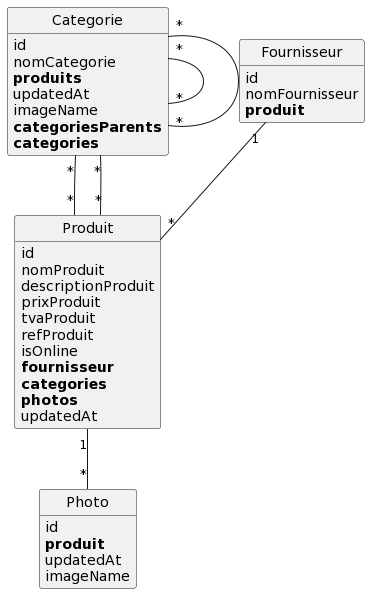
Above: Echoppe/puml/index.png in RayGriffon/Echoppe-fil-rouge- (PlantUML), before the change. Source of this version:
```plantuml
@startuml
class Categorie {
	id
	nomCategorie
	**produits**
	updatedAt
	imageName
	**categoriesParents**
	**categories**
}

class Fournisseur {
	id
	nomFournisseur
	**produit**
}

class Photo {
	id
	**produit**
	updatedAt
	imageName
}

class Produit {
	id
	nomProduit
	descriptionProduit
	prixProduit
	tvaProduit
	refProduit
	isOnline
	**fournisseur**
	**categories**
	**photos**
	updatedAt
}

Categorie "*"--"*" Produit
Categorie "*"--"*" Categorie
Categorie "*"--"*" Categorie
Fournisseur "1"--"*" Produit
Produit "*"--"*" Categorie
Produit "1"--"*" Photo


hide methods
hide circle
@enduml
```
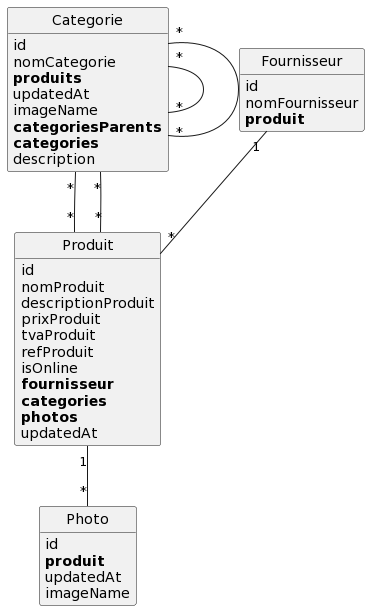
The same file after the commit.

What changed in the source:
```diff
@@ -7,6 +7,7 @@
 	imageName
 	**categoriesParents**
 	**categories**
+	description
 }
 
 class Fournisseur {
```
